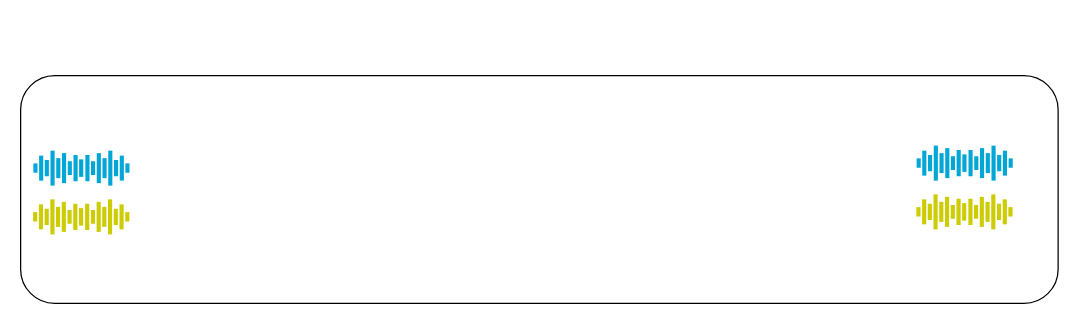
This is ICASSP27/FrameWork.drawio from 1434470591/wubotao.github.io, a draw.io file, before an edit. Source tidied: cells renumbered, new cells numbered last; positions are measured from the earlier drawing's top-left corner, leaving out a move shared by most shapes. Both pictures are drawn from the tidied source at 125%, with x=0, y=0 at pixel (20, 75).
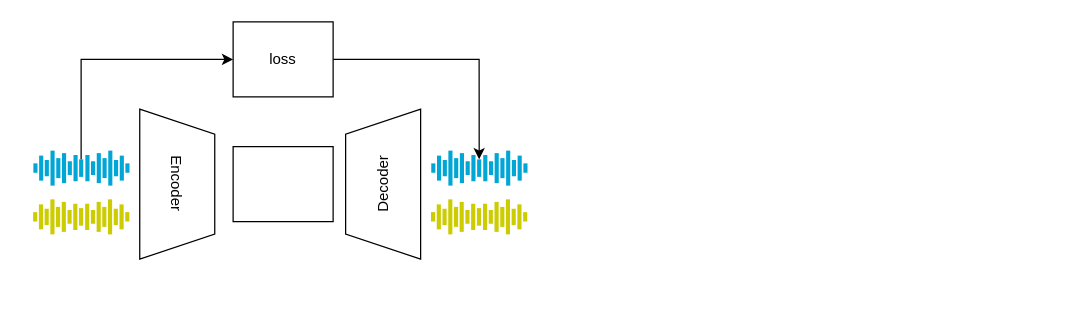
Above is the later version.

The change refers to these unchanged cells:
```xml
<mxCell id="11" style="rounded=0;html=1;fillColor=#00A6D6;strokeColor=none;" parent="1" vertex="1">
  <mxGeometry x="46.8" y="67" width="3.3" height="14" as="geometry" />
</mxCell>
```

The edit, as a diff of the source:
```diff
@@
-    <mxCell id="2" style="rounded=1;whiteSpace=wrap;html=1;" parent="1" vertex="1">
-      <mxGeometry width="830" height="182.2" as="geometry" />
-    </mxCell>
@@
+    <mxCell id="71" style="edgeStyle=orthogonalEdgeStyle;rounded=0;jettySize=auto;html=1;entryX=0;entryY=0.5;entryDx=0;entryDy=0;" parent="1" edge="1" source="11" target="110">
+      <mxGeometry relative="1" as="geometry">
+        <Array as="points">
+          <mxPoint x="48.5" y="-13" />
+        </Array>
+      </mxGeometry>
+    </mxCell>
@@
-    <mxCell id="37" style="rounded=0;html=1;fillColor=#00A6D6;strokeColor=none;" parent="1" vertex="1">
-      <mxGeometry x="716.8" y="66.2" width="3.3" height="7.5" as="geometry" />
-    </mxCell>
-    <mxCell id="38" style="rounded=0;html=1;fillColor=#00A6D6;strokeColor=none;" parent="1" vertex="1">
-      <mxGeometry x="721.3" y="60" width="3.3" height="20" as="geometry" />
-    </mxCell>
-    <mxCell id="39" style="rounded=0;html=1;fillColor=#00A6D6;strokeColor=none;" parent="1" vertex="1">
-      <mxGeometry x="725.9" y="63.5" width="3.3" height="13" as="geometry" />
-    </mxCell>
-    <mxCell id="40" style="rounded=0;html=1;fillColor=#00A6D6;strokeColor=none;" parent="1" vertex="1">
-      <mxGeometry x="730.5" y="56" width="3.3" height="28" as="geometry" />
-    </mxCell>
-    <mxCell id="41" style="rounded=0;html=1;fillColor=#00A6D6;strokeColor=none;" parent="1" vertex="1">
-      <mxGeometry x="735.1" y="62" width="3.3" height="16" as="geometry" />
-    </mxCell>
-    <mxCell id="42" style="rounded=0;html=1;fillColor=#00A6D6;strokeColor=none;" parent="1" vertex="1">
-      <mxGeometry x="739.7" y="58" width="3.3" height="24" as="geometry" />
-    </mxCell>
-    <mxCell id="43" style="rounded=0;html=1;fillColor=#00A6D6;strokeColor=none;" parent="1" vertex="1">
-      <mxGeometry x="744.2" y="64.5" width="3.3" height="11" as="geometry" />
-    </mxCell>
-    <mxCell id="44" style="rounded=0;html=1;fillColor=#00A6D6;strokeColor=none;" parent="1" vertex="1">
-      <mxGeometry x="748.8" y="59.5" width="3.3" height="21" as="geometry" />
-    </mxCell>
-    <mxCell id="45" style="rounded=0;html=1;fillColor=#00A6D6;strokeColor=none;" parent="1" vertex="1">
-      <mxGeometry x="753.4" y="63" width="3.3" height="14" as="geometry" />
-    </mxCell>
-    <mxCell id="46" style="rounded=0;html=1;fillColor=#00A6D6;strokeColor=none;" parent="1" vertex="1">
-      <mxGeometry x="790.4" y="66.2" width="3.3" height="7.5" as="geometry" />
-    </mxCell>
-    <mxCell id="47" style="rounded=0;html=1;fillColor=#00A6D6;strokeColor=none;" parent="1" vertex="1">
-      <mxGeometry x="785.8" y="60" width="3.3" height="20" as="geometry" />
-    </mxCell>
-    <mxCell id="48" style="rounded=0;html=1;fillColor=#00A6D6;strokeColor=none;" parent="1" vertex="1">
-      <mxGeometry x="781.2" y="63.5" width="3.3" height="13" as="geometry" />
-    </mxCell>
-    <mxCell id="49" style="rounded=0;html=1;fillColor=#00A6D6;strokeColor=none;" parent="1" vertex="1">
-      <mxGeometry x="776.7" y="56" width="3.3" height="28" as="geometry" />
-    </mxCell>
-    <mxCell id="50" style="rounded=0;html=1;fillColor=#00A6D6;strokeColor=none;" parent="1" vertex="1">
-      <mxGeometry x="772.1" y="62" width="3.3" height="16" as="geometry" />
-    </mxCell>
-    <mxCell id="51" style="rounded=0;html=1;fillColor=#00A6D6;strokeColor=none;" parent="1" vertex="1">
-      <mxGeometry x="767.5" y="58" width="3.3" height="24" as="geometry" />
-    </mxCell>
-    <mxCell id="52" style="rounded=0;html=1;fillColor=#00A6D6;strokeColor=none;" parent="1" vertex="1">
-      <mxGeometry x="762.9" y="64.5" width="3.3" height="11" as="geometry" />
-    </mxCell>
-    <mxCell id="53" style="rounded=0;html=1;fillColor=#00A6D6;strokeColor=none;" parent="1" vertex="1">
-      <mxGeometry x="758.3" y="59.5" width="3.3" height="21" as="geometry" />
-    </mxCell>
-    <mxCell id="54" style="rounded=0;html=1;fillColor=#CCCC00;strokeColor=none;" parent="1" vertex="1">
-      <mxGeometry x="716.6" y="105.2" width="3.3" height="7.5" as="geometry" />
-    </mxCell>
-    <mxCell id="55" style="rounded=0;html=1;fillColor=#CCCC00;strokeColor=none;" parent="1" vertex="1">
-      <mxGeometry x="721.2" y="99" width="3.3" height="20" as="geometry" />
-    </mxCell>
-    <mxCell id="56" style="rounded=0;html=1;fillColor=#CCCC00;strokeColor=none;" parent="1" vertex="1">
-      <mxGeometry x="725.7" y="102.5" width="3.3" height="13" as="geometry" />
-    </mxCell>
-    <mxCell id="57" style="rounded=0;html=1;fillColor=#CCCC00;strokeColor=none;" parent="1" vertex="1">
-      <mxGeometry x="730.3" y="95" width="3.3" height="28" as="geometry" />
-    </mxCell>
-    <mxCell id="58" style="rounded=0;html=1;fillColor=#CCCC00;strokeColor=none;" parent="1" vertex="1">
-      <mxGeometry x="734.9" y="101" width="3.3" height="16" as="geometry" />
-    </mxCell>
-    <mxCell id="59" style="rounded=0;html=1;fillColor=#CCCC00;strokeColor=none;" parent="1" vertex="1">
-      <mxGeometry x="739.5" y="97" width="3.3" height="24" as="geometry" />
-    </mxCell>
-    <mxCell id="60" style="rounded=0;html=1;fillColor=#CCCC00;strokeColor=none;" parent="1" vertex="1">
-      <mxGeometry x="744.1" y="103.5" width="3.3" height="11" as="geometry" />
-    </mxCell>
-    <mxCell id="61" style="rounded=0;html=1;fillColor=#CCCC00;strokeColor=none;" parent="1" vertex="1">
-      <mxGeometry x="748.7" y="98.5" width="3.3" height="21" as="geometry" />
-    </mxCell>
-    <mxCell id="62" style="rounded=0;html=1;fillColor=#CCCC00;strokeColor=none;" parent="1" vertex="1">
-      <mxGeometry x="753.2" y="102" width="3.3" height="14" as="geometry" />
-    </mxCell>
-    <mxCell id="63" style="rounded=0;html=1;fillColor=#CCCC00;strokeColor=none;" parent="1" vertex="1">
-      <mxGeometry x="790.2" y="105.2" width="3.3" height="7.5" as="geometry" />
-    </mxCell>
-    <mxCell id="64" style="rounded=0;html=1;fillColor=#CCCC00;strokeColor=none;" parent="1" vertex="1">
-      <mxGeometry x="785.7" y="99" width="3.3" height="20" as="geometry" />
-    </mxCell>
-    <mxCell id="65" style="rounded=0;html=1;fillColor=#CCCC00;strokeColor=none;" parent="1" vertex="1">
-      <mxGeometry x="781.1" y="102.5" width="3.3" height="13" as="geometry" />
-    </mxCell>
-    <mxCell id="66" style="rounded=0;html=1;fillColor=#CCCC00;strokeColor=none;" parent="1" vertex="1">
-      <mxGeometry x="776.5" y="95" width="3.3" height="28" as="geometry" />
-    </mxCell>
-    <mxCell id="67" style="rounded=0;html=1;fillColor=#CCCC00;strokeColor=none;" parent="1" vertex="1">
-      <mxGeometry x="771.9" y="101" width="3.3" height="16" as="geometry" />
-    </mxCell>
-    <mxCell id="68" style="rounded=0;html=1;fillColor=#CCCC00;strokeColor=none;" parent="1" vertex="1">
-      <mxGeometry x="767.3" y="97" width="3.3" height="24" as="geometry" />
-    </mxCell>
-    <mxCell id="69" style="rounded=0;html=1;fillColor=#CCCC00;strokeColor=none;" parent="1" vertex="1">
-      <mxGeometry x="762.7" y="103.5" width="3.3" height="11" as="geometry" />
-    </mxCell>
-    <mxCell id="70" style="rounded=0;html=1;fillColor=#CCCC00;strokeColor=none;" parent="1" vertex="1">
-      <mxGeometry x="758.2" y="98.5" width="3.3" height="21" as="geometry" />
-    </mxCell>
+    <mxCell id="72" value="Encoder" style="shape=trapezoid;perimeter=trapezoidPerimeter;whiteSpace=wrap;html=1;shapeInside=1;fixedSize=1;rotation=90;" parent="1" vertex="1">
+      <mxGeometry x="65.3" y="56.8" width="120" height="60" as="geometry" />
+    </mxCell>
+    <mxCell id="73" value="Decoder" style="shape=trapezoid;perimeter=trapezoidPerimeter;whiteSpace=wrap;html=1;shapeInside=1;fixedSize=1;rotation=-90;" parent="1" vertex="1">
+      <mxGeometry x="230" y="56.8" width="120" height="60" as="geometry" />
+    </mxCell>
+    <mxCell id="74" style="rounded=0;html=1;fillColor=#00A6D6;strokeColor=none;" parent="1" vertex="1">
+      <mxGeometry x="328.5" y="70.2" width="3.3" height="7.5" as="geometry" />
+    </mxCell>
+    <mxCell id="75" style="rounded=0;html=1;fillColor=#00A6D6;strokeColor=none;" parent="1" vertex="1">
+      <mxGeometry x="333.1" y="64" width="3.3" height="20" as="geometry" />
+    </mxCell>
+    <mxCell id="76" style="rounded=0;html=1;fillColor=#00A6D6;strokeColor=none;" parent="1" vertex="1">
+      <mxGeometry x="337.7" y="67.5" width="3.3" height="13" as="geometry" />
+    </mxCell>
+    <mxCell id="77" style="rounded=0;html=1;fillColor=#00A6D6;strokeColor=none;" parent="1" vertex="1">
+      <mxGeometry x="342.2" y="60" width="3.3" height="28" as="geometry" />
+    </mxCell>
+    <mxCell id="78" style="rounded=0;html=1;fillColor=#00A6D6;strokeColor=none;" parent="1" vertex="1">
+      <mxGeometry x="346.8" y="66" width="3.3" height="16" as="geometry" />
+    </mxCell>
+    <mxCell id="79" style="rounded=0;html=1;fillColor=#00A6D6;strokeColor=none;" parent="1" vertex="1">
+      <mxGeometry x="351.4" y="62" width="3.3" height="24" as="geometry" />
+    </mxCell>
+    <mxCell id="80" style="rounded=0;html=1;fillColor=#00A6D6;strokeColor=none;" parent="1" vertex="1">
+      <mxGeometry x="356" y="68.5" width="3.3" height="11" as="geometry" />
+    </mxCell>
+    <mxCell id="81" style="rounded=0;html=1;fillColor=#00A6D6;strokeColor=none;" parent="1" vertex="1">
+      <mxGeometry x="360.6" y="63.5" width="3.3" height="21" as="geometry" />
+    </mxCell>
+    <mxCell id="82" style="rounded=0;html=1;fillColor=#00A6D6;strokeColor=none;" parent="1" vertex="1">
+      <mxGeometry x="365.2" y="67" width="3.3" height="14" as="geometry" />
+    </mxCell>
+    <mxCell id="83" style="rounded=0;html=1;fillColor=#00A6D6;strokeColor=none;" parent="1" vertex="1">
+      <mxGeometry x="402.2" y="70.2" width="3.3" height="7.5" as="geometry" />
+    </mxCell>
+    <mxCell id="84" style="rounded=0;html=1;fillColor=#00A6D6;strokeColor=none;" parent="1" vertex="1">
+      <mxGeometry x="397.6" y="64" width="3.3" height="20" as="geometry" />
+    </mxCell>
+    <mxCell id="85" style="rounded=0;html=1;fillColor=#00A6D6;strokeColor=none;" parent="1" vertex="1">
+      <mxGeometry x="393" y="67.5" width="3.3" height="13" as="geometry" />
+    </mxCell>
+    <mxCell id="86" style="rounded=0;html=1;fillColor=#00A6D6;strokeColor=none;" parent="1" vertex="1">
+      <mxGeometry x="388.4" y="60" width="3.3" height="28" as="geometry" />
+    </mxCell>
+    <mxCell id="87" style="rounded=0;html=1;fillColor=#00A6D6;strokeColor=none;" parent="1" vertex="1">
+      <mxGeometry x="383.8" y="66" width="3.3" height="16" as="geometry" />
+    </mxCell>
+    <mxCell id="88" style="rounded=0;html=1;fillColor=#00A6D6;strokeColor=none;" parent="1" vertex="1">
+      <mxGeometry x="379.2" y="62" width="3.3" height="24" as="geometry" />
+    </mxCell>
+    <mxCell id="89" style="rounded=0;html=1;fillColor=#00A6D6;strokeColor=none;" parent="1" vertex="1">
+      <mxGeometry x="374.7" y="68.5" width="3.3" height="11" as="geometry" />
+    </mxCell>
+    <mxCell id="90" style="rounded=0;html=1;fillColor=#00A6D6;strokeColor=none;" parent="1" vertex="1">
+      <mxGeometry x="370.1" y="63.5" width="3.3" height="21" as="geometry" />
+    </mxCell>
+    <mxCell id="91" style="rounded=0;html=1;fillColor=#CCCC00;strokeColor=none;" parent="1" vertex="1">
+      <mxGeometry x="328.3" y="109.2" width="3.3" height="7.5" as="geometry" />
+    </mxCell>
+    <mxCell id="92" style="rounded=0;html=1;fillColor=#CCCC00;strokeColor=none;" parent="1" vertex="1">
+      <mxGeometry x="332.9" y="103" width="3.3" height="20" as="geometry" />
+    </mxCell>
+    <mxCell id="93" style="rounded=0;html=1;fillColor=#CCCC00;strokeColor=none;" parent="1" vertex="1">
+      <mxGeometry x="337.5" y="106.5" width="3.3" height="13" as="geometry" />
+    </mxCell>
+    <mxCell id="94" style="rounded=0;html=1;fillColor=#CCCC00;strokeColor=none;" parent="1" vertex="1">
+      <mxGeometry x="342.1" y="99" width="3.3" height="28" as="geometry" />
+    </mxCell>
+    <mxCell id="95" style="rounded=0;html=1;fillColor=#CCCC00;strokeColor=none;" parent="1" vertex="1">
+      <mxGeometry x="346.7" y="105" width="3.3" height="16" as="geometry" />
+    </mxCell>
+    <mxCell id="96" style="rounded=0;html=1;fillColor=#CCCC00;strokeColor=none;" parent="1" vertex="1">
+      <mxGeometry x="351.2" y="101" width="3.3" height="24" as="geometry" />
+    </mxCell>
+    <mxCell id="97" style="rounded=0;html=1;fillColor=#CCCC00;strokeColor=none;" parent="1" vertex="1">
+      <mxGeometry x="355.8" y="107.5" width="3.3" height="11" as="geometry" />
+    </mxCell>
+    <mxCell id="98" style="rounded=0;html=1;fillColor=#CCCC00;strokeColor=none;" parent="1" vertex="1">
+      <mxGeometry x="360.4" y="102.5" width="3.3" height="21" as="geometry" />
+    </mxCell>
+    <mxCell id="99" style="rounded=0;html=1;fillColor=#CCCC00;strokeColor=none;" parent="1" vertex="1">
+      <mxGeometry x="365" y="106" width="3.3" height="14" as="geometry" />
+    </mxCell>
+    <mxCell id="100" style="rounded=0;html=1;fillColor=#CCCC00;strokeColor=none;" parent="1" vertex="1">
+      <mxGeometry x="402" y="109.2" width="3.3" height="7.5" as="geometry" />
+    </mxCell>
+    <mxCell id="101" style="rounded=0;html=1;fillColor=#CCCC00;strokeColor=none;" parent="1" vertex="1">
+      <mxGeometry x="397.4" y="103" width="3.3" height="20" as="geometry" />
+    </mxCell>
+    <mxCell id="102" style="rounded=0;html=1;fillColor=#CCCC00;strokeColor=none;" parent="1" vertex="1">
+      <mxGeometry x="392.8" y="106.5" width="3.3" height="13" as="geometry" />
+    </mxCell>
+    <mxCell id="103" style="rounded=0;html=1;fillColor=#CCCC00;strokeColor=none;" parent="1" vertex="1">
+      <mxGeometry x="388.2" y="99" width="3.3" height="28" as="geometry" />
+    </mxCell>
+    <mxCell id="104" style="rounded=0;html=1;fillColor=#CCCC00;strokeColor=none;" parent="1" vertex="1">
+      <mxGeometry x="383.7" y="105" width="3.3" height="16" as="geometry" />
+    </mxCell>
+    <mxCell id="105" style="rounded=0;html=1;fillColor=#CCCC00;strokeColor=none;" parent="1" vertex="1">
+      <mxGeometry x="379.1" y="101" width="3.3" height="24" as="geometry" />
+    </mxCell>
+    <mxCell id="106" style="rounded=0;html=1;fillColor=#CCCC00;strokeColor=none;" parent="1" vertex="1">
+      <mxGeometry x="374.5" y="107.5" width="3.3" height="11" as="geometry" />
+    </mxCell>
+    <mxCell id="107" style="rounded=0;html=1;fillColor=#CCCC00;strokeColor=none;" parent="1" vertex="1">
+      <mxGeometry x="369.9" y="102.5" width="3.3" height="21" as="geometry" />
+    </mxCell>
+    <mxCell id="108" style="whiteSpace=wrap;html=1;" parent="1" vertex="1">
+      <mxGeometry x="170" y="56.8" width="80" height="60" as="geometry" />
+    </mxCell>
+    <mxCell id="109" style="edgeStyle=orthogonalEdgeStyle;rounded=0;jettySize=auto;html=1;entryX=0.5;entryY=0;entryDx=0;entryDy=0;" parent="1" edge="1" source="110" target="82">
+      <mxGeometry relative="1" as="geometry" />
+    </mxCell>
+    <mxCell id="110" value="loss" style="whiteSpace=wrap;html=1;" parent="1" vertex="1">
+      <mxGeometry x="170" y="-43" width="80" height="60" as="geometry" />
+    </mxCell>
```
